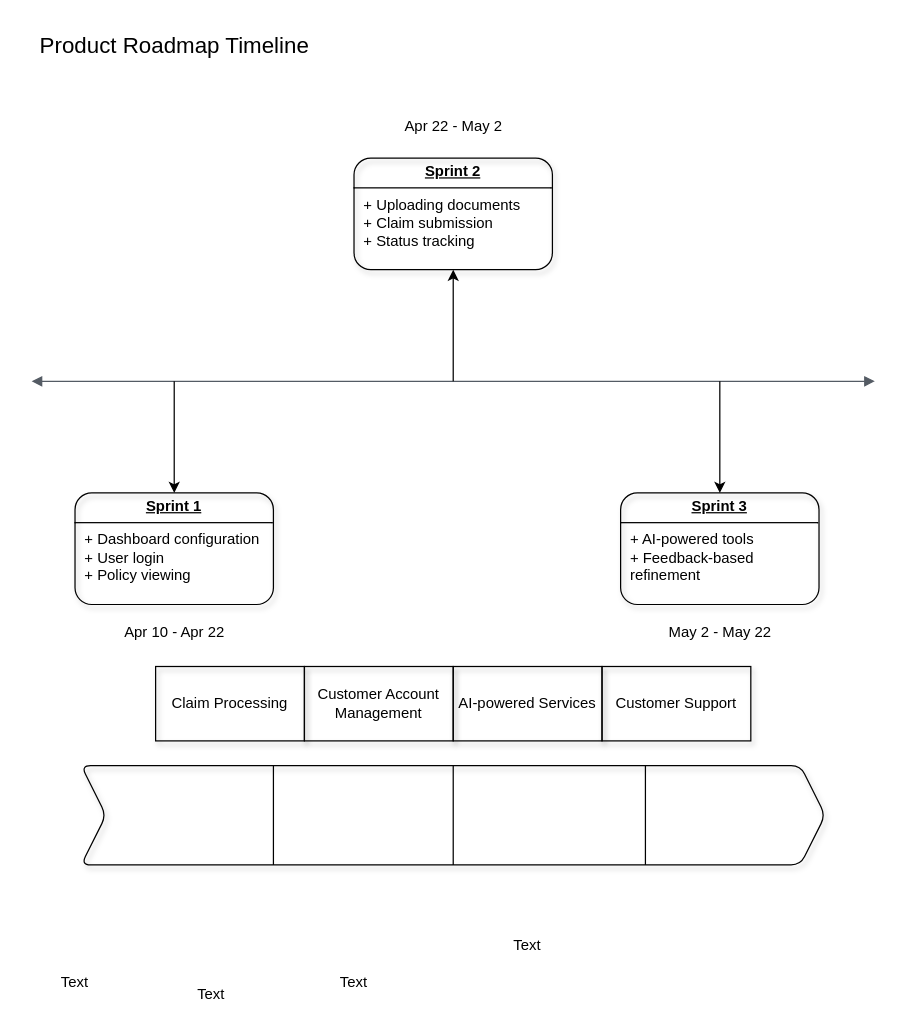
This is Project: Agile Software Engineering Diagram 2.drawio from Matasem-h/SimpleFlowcharts, a draw.io file, before an edit. Source tidied: cells renumbered, new cells numbered last; positions are measured from the earlier drawing's top-left corner, leaving out a move shared by most shapes. Both pictures are drawn from the tidied source at 124%, with x=0, y=0 at pixel (25, 21).
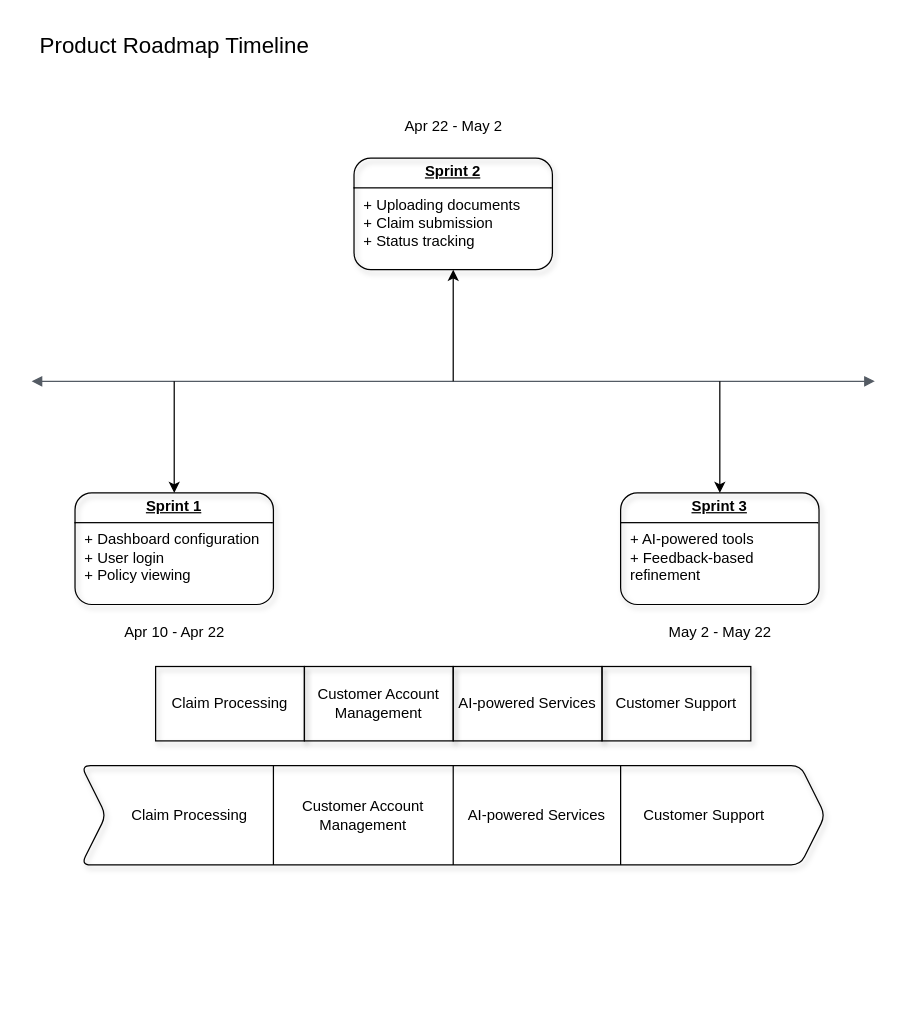
The same page after the edit.

Diff of the diagram source:
```diff
@@
-    <mxCell id="19" value="Text" style="text;html=1;align=center;verticalAlign=middle;whiteSpace=wrap;rounded=0;fontFamily=Helvetica;fontSize=12;fontColor=default;fontStyle=0;horizontal=1;" parent="1" vertex="1">
-      <mxGeometry x="10" y="760" width="60" height="30" as="geometry" />
-    </mxCell>
-    <mxCell id="20" value="Text" style="text;html=1;align=center;verticalAlign=middle;whiteSpace=wrap;rounded=0;fontFamily=Helvetica;fontSize=12;fontColor=default;fontStyle=0;horizontal=1;" parent="1" vertex="1">
-      <mxGeometry x="120" y="770" width="60" height="30" as="geometry" />
-    </mxCell>
-    <mxCell id="21" value="Text" style="text;html=1;align=center;verticalAlign=middle;whiteSpace=wrap;rounded=0;fontFamily=Helvetica;fontSize=12;fontColor=default;fontStyle=0;horizontal=1;" parent="1" vertex="1">
-      <mxGeometry x="235" y="760" width="60" height="30" as="geometry" />
-    </mxCell>
-    <mxCell id="22" value="Text" style="text;html=1;align=center;verticalAlign=middle;whiteSpace=wrap;rounded=0;fontFamily=Helvetica;fontSize=12;fontColor=default;fontStyle=0;horizontal=1;" parent="1" vertex="1">
-      <mxGeometry x="375" y="730" width="60" height="30" as="geometry" />
+    <mxCell id="22" value="AI-powered Services" style="text;html=1;align=center;verticalAlign=middle;whiteSpace=wrap;rounded=0;fontFamily=Helvetica;fontSize=12;fontColor=default;fontStyle=0;horizontal=1;" parent="1" vertex="1">
+      <mxGeometry x="345" y="600" width="135" height="80" as="geometry" />
     </mxCell>
     <mxCell id="23" style="endArrow=none;html=1;rounded=0;fontFamily=Helvetica;fontSize=12;fontColor=default;fontStyle=0;horizontal=1;exitX=0.507;exitY=1.02;exitDx=0;exitDy=0;exitPerimeter=0;" parent="1" edge="1">
       <mxGeometry relative="1" as="geometry">
-        <mxPoint x="500" y="680" as="sourcePoint" />
-        <mxPoint x="500" y="600" as="targetPoint" />
+        <mxPoint x="480" y="680" as="sourcePoint" />
+        <mxPoint x="480" y="600" as="targetPoint" />
       </mxGeometry>
     </mxCell>
@@
+    <mxCell id="25" value="Claim Processing" style="text;html=1;align=center;verticalAlign=middle;whiteSpace=wrap;rounded=0;fontFamily=Helvetica;fontSize=12;fontColor=default;fontStyle=0;horizontal=1;" parent="1" vertex="1">
+      <mxGeometry x="65" y="600" width="135" height="80" as="geometry" />
+    </mxCell>
+    <mxCell id="26" value="Customer Support" style="text;html=1;align=center;verticalAlign=middle;whiteSpace=wrap;rounded=0;fontFamily=Helvetica;fontSize=12;fontColor=default;fontStyle=0;horizontal=1;" parent="1" vertex="1">
+      <mxGeometry x="480" y="600" width="135" height="80" as="geometry" />
+    </mxCell>
+    <mxCell id="27" value="Customer Account Management" style="text;html=1;align=center;verticalAlign=middle;whiteSpace=wrap;rounded=0;fontFamily=Helvetica;fontSize=12;fontColor=default;fontStyle=0;horizontal=1;" parent="1" vertex="1">
+      <mxGeometry x="200" y="600" width="145" height="80" as="geometry" />
+    </mxCell>
```
